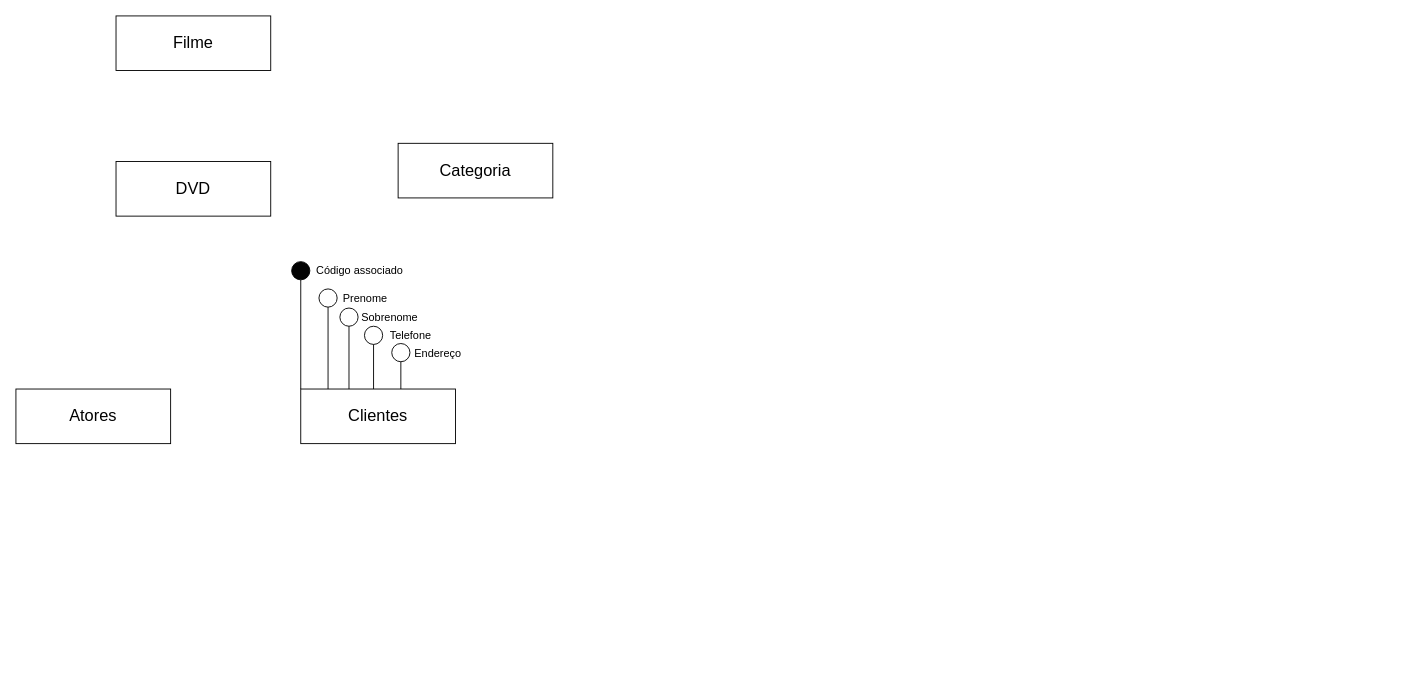
HansRafael/projects keeps this draw.io diagram as Facul/ER_pds.drawio. Above is the earlier version. Source tidied: cells renumbered, new cells numbered last; positions are measured from the earlier drawing's top-left corner, leaving out a move shared by most shapes. Both pictures are drawn from the tidied source at 91%, with x=0, y=0 at pixel (15, 15).
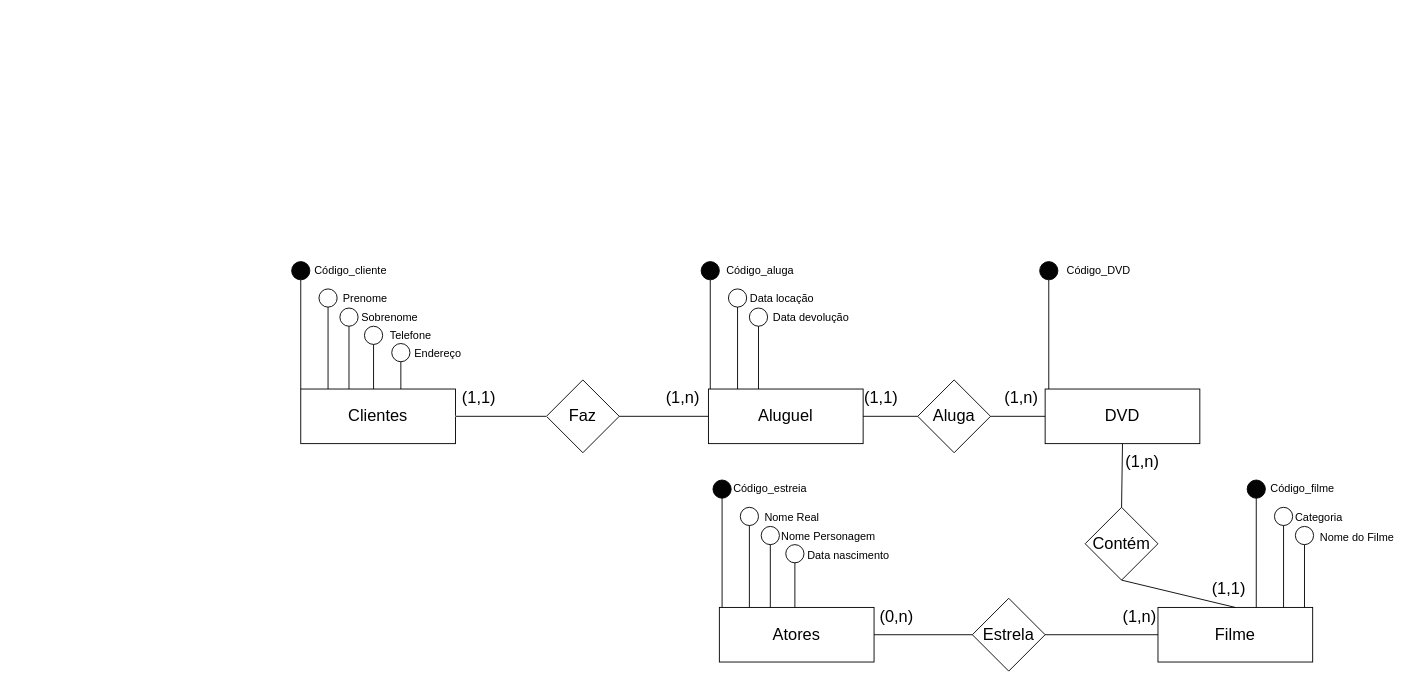
The same diagram, later.

Unchanged cells that the change refers to:
```xml
<mxCell id="4" value="&lt;font style=&quot;font-size: 18px&quot;&gt;Clientes&lt;/font&gt;" style="rounded=0;whiteSpace=wrap;html=1;" parent="1" vertex="1">
  <mxGeometry x="313" y="410" width="170" height="60" as="geometry" />
</mxCell>
```

The edit, as a diff of the source:
```diff
@@
     <mxCell id="2" value="&lt;font style=&quot;font-size: 18px&quot;&gt;DVD&lt;/font&gt;" style="rounded=0;whiteSpace=wrap;html=1;" parent="1" vertex="1">
-      <mxGeometry x="110" y="160" width="170" height="60" as="geometry" />
+      <mxGeometry x="1131" y="410" width="170" height="60" as="geometry" />
     </mxCell>
     <mxCell id="3" value="&lt;font style=&quot;font-size: 18px&quot;&gt;Filme&lt;/font&gt;" style="rounded=0;whiteSpace=wrap;html=1;" parent="1" vertex="1">
-      <mxGeometry x="110" width="170" height="60" as="geometry" />
+      <mxGeometry x="1255" y="650" width="170" height="60" as="geometry" />
     </mxCell>
@@
     <mxCell id="5" value="&lt;font style=&quot;font-size: 18px&quot;&gt;Atores&lt;/font&gt;" style="rounded=0;whiteSpace=wrap;html=1;" parent="1" vertex="1">
-      <mxGeometry y="410" width="170" height="60" as="geometry" />
+      <mxGeometry x="773" y="650" width="170" height="60" as="geometry" />
     </mxCell>
-    <mxCell id="6" value="&lt;font style=&quot;font-size: 18px&quot;&gt;Categoria&lt;/font&gt;" style="rounded=0;whiteSpace=wrap;html=1;" parent="1" vertex="1">
-      <mxGeometry x="420" y="140" width="170" height="60" as="geometry" />
-    </mxCell>
@@
-    <mxCell id="9" value="Código associado" style="text;html=1;strokeColor=none;fillColor=none;align=center;verticalAlign=middle;whiteSpace=wrap;rounded=0;fontSize=12;" parent="1" vertex="1">
-      <mxGeometry x="323" y="270" width="110" height="20" as="geometry" />
+    <mxCell id="9" value="Código_cliente" style="text;html=1;strokeColor=none;fillColor=none;align=center;verticalAlign=middle;whiteSpace=wrap;rounded=0;fontSize=12;" parent="1" vertex="1">
+      <mxGeometry x="313" y="270" width="110" height="20" as="geometry" />
     </mxCell>
@@
+    <mxCell id="22" style="endArrow=none;html=1;strokeColor=#FFFFFF;exitX=1;exitY=0.5;exitDx=0;exitDy=0;" parent="1" edge="1" source="4" target="23">
+      <mxGeometry relative="1" as="geometry" />
+    </mxCell>
+    <mxCell id="23" value="&lt;span style=&quot;font-size: 18px&quot;&gt;Faz&lt;/span&gt;" style="rhombus;whiteSpace=wrap;html=1;fillColor=#FFFFFF;gradientColor=none;" parent="1" vertex="1">
+      <mxGeometry x="583" y="400" width="80" height="80" as="geometry" />
+    </mxCell>
+    <mxCell id="24" value="&lt;font style=&quot;font-size: 18px&quot;&gt;Aluguel&lt;/font&gt;" style="rounded=0;whiteSpace=wrap;html=1;" parent="1" vertex="1">
+      <mxGeometry x="761" y="410" width="170" height="60" as="geometry" />
+    </mxCell>
+    <mxCell id="25" style="endArrow=none;html=1;strokeColor=#FFFFFF;exitX=1;exitY=0.5;exitDx=0;exitDy=0;entryX=0;entryY=0.5;entryDx=0;entryDy=0;" parent="1" edge="1" source="4" target="23">
+      <mxGeometry relative="1" as="geometry" />
+    </mxCell>
+    <mxCell id="26" style="endArrow=none;html=1;strokeColor=#FFFFFF;labelBackgroundColor=none;entryX=0;entryY=0.5;entryDx=0;entryDy=0;" parent="1" edge="1" target="23">
+      <mxGeometry relative="1" as="geometry">
+        <mxPoint x="483" y="440" as="sourcePoint" />
+      </mxGeometry>
+    </mxCell>
+    <mxCell id="27" style="endArrow=none;html=1;exitX=0;exitY=0.5;exitDx=0;exitDy=0;entryX=1;entryY=0.5;entryDx=0;entryDy=0;" parent="1" edge="1" source="23" target="4">
+      <mxGeometry relative="1" as="geometry" />
+    </mxCell>
+    <mxCell id="28" style="endArrow=none;html=1;exitX=0;exitY=0.5;exitDx=0;exitDy=0;entryX=1;entryY=0.5;entryDx=0;entryDy=0;" parent="1" edge="1" source="24" target="23">
+      <mxGeometry relative="1" as="geometry" />
+    </mxCell>
+    <mxCell id="29" style="ellipse;whiteSpace=wrap;html=1;noLabel=1;fontColor=none;fillColor=#030303;" parent="1" vertex="1">
+      <mxGeometry x="753" y="270" width="20" height="20" as="geometry" />
+    </mxCell>
+    <mxCell id="30" style="endArrow=none;html=1;exitX=0;exitY=0;exitDx=0;exitDy=0;entryX=0.5;entryY=1;entryDx=0;entryDy=0;" parent="1" edge="1" target="29">
+      <mxGeometry relative="1" as="geometry">
+        <mxPoint x="763" y="410" as="sourcePoint" />
+      </mxGeometry>
+    </mxCell>
+    <mxCell id="31" value="Código_aluga" style="text;html=1;strokeColor=none;fillColor=none;align=center;verticalAlign=middle;whiteSpace=wrap;rounded=0;fontSize=12;" parent="1" vertex="1">
+      <mxGeometry x="763" y="270" width="110" height="20" as="geometry" />
+    </mxCell>
+    <mxCell id="32" style="ellipse;whiteSpace=wrap;html=1;noLabel=1;fontColor=none;fillColor=#FFFFFF;" parent="1" vertex="1">
+      <mxGeometry x="783" y="300" width="20" height="20" as="geometry" />
+    </mxCell>
+    <mxCell id="33" style="endArrow=none;html=1;entryX=0.5;entryY=1;entryDx=0;entryDy=0;" parent="1" edge="1" target="32">
+      <mxGeometry relative="1" as="geometry">
+        <mxPoint x="793" y="410" as="sourcePoint" />
+      </mxGeometry>
+    </mxCell>
+    <mxCell id="34" value="Data locação" style="text;html=1;strokeColor=none;fillColor=none;align=center;verticalAlign=middle;whiteSpace=wrap;rounded=0;fontSize=12;" parent="1" vertex="1">
+      <mxGeometry x="787" y="301" width="110" height="20" as="geometry" />
+    </mxCell>
+    <mxCell id="35" style="ellipse;whiteSpace=wrap;html=1;noLabel=1;fontColor=none;fillColor=#FFFFFF;" parent="1" vertex="1">
+      <mxGeometry x="806" y="321" width="20" height="20" as="geometry" />
+    </mxCell>
+    <mxCell id="36" style="endArrow=none;html=1;entryX=0.5;entryY=1;entryDx=0;entryDy=0;" parent="1" edge="1" target="35">
+      <mxGeometry relative="1" as="geometry">
+        <mxPoint x="816" y="410" as="sourcePoint" />
+      </mxGeometry>
+    </mxCell>
+    <mxCell id="37" value="Data devolução" style="text;html=1;strokeColor=none;fillColor=none;align=center;verticalAlign=middle;whiteSpace=wrap;rounded=0;fontSize=12;" parent="1" vertex="1">
+      <mxGeometry x="819" y="322" width="110" height="20" as="geometry" />
+    </mxCell>
+    <mxCell id="38" value="&lt;span style=&quot;font-size: 18px&quot;&gt;Aluga&lt;/span&gt;" style="rhombus;whiteSpace=wrap;html=1;fillColor=#FFFFFF;gradientColor=none;" parent="1" vertex="1">
+      <mxGeometry x="991" y="400" width="80" height="80" as="geometry" />
+    </mxCell>
+    <mxCell id="39" style="endArrow=none;html=1;exitX=1;exitY=0.5;exitDx=0;exitDy=0;entryX=0;entryY=0.5;entryDx=0;entryDy=0;" parent="1" edge="1" source="24" target="38">
+      <mxGeometry relative="1" as="geometry" />
+    </mxCell>
+    <mxCell id="40" style="endArrow=none;html=1;entryX=0;entryY=0.5;entryDx=0;entryDy=0;exitX=1;exitY=0.5;exitDx=0;exitDy=0;" parent="1" edge="1" source="38" target="2">
+      <mxGeometry relative="1" as="geometry" />
+    </mxCell>
+    <mxCell id="41" style="ellipse;whiteSpace=wrap;html=1;noLabel=1;fontColor=none;fillColor=#030303;" parent="1" vertex="1">
+      <mxGeometry x="1125" y="270" width="20" height="20" as="geometry" />
+    </mxCell>
+    <mxCell id="42" style="endArrow=none;html=1;exitX=0;exitY=0;exitDx=0;exitDy=0;entryX=0.5;entryY=1;entryDx=0;entryDy=0;" parent="1" edge="1" target="41">
+      <mxGeometry relative="1" as="geometry">
+        <mxPoint x="1135" y="410" as="sourcePoint" />
+      </mxGeometry>
+    </mxCell>
+    <mxCell id="43" value="Código_DVD" style="text;html=1;strokeColor=none;fillColor=none;align=center;verticalAlign=middle;whiteSpace=wrap;rounded=0;fontSize=12;" parent="1" vertex="1">
+      <mxGeometry x="1135" y="270" width="110" height="20" as="geometry" />
+    </mxCell>
+    <mxCell id="44" value="&lt;span style=&quot;font-size: 18px&quot;&gt;Contém&lt;/span&gt;" style="rhombus;whiteSpace=wrap;html=1;fillColor=#FFFFFF;gradientColor=none;" parent="1" vertex="1">
+      <mxGeometry x="1175" y="540" width="80" height="80" as="geometry" />
+    </mxCell>
+    <mxCell id="45" style="endArrow=none;html=1;exitX=0.5;exitY=1;exitDx=0;exitDy=0;entryX=0.5;entryY=0;entryDx=0;entryDy=0;" parent="1" edge="1" source="2" target="44">
+      <mxGeometry relative="1" as="geometry" />
+    </mxCell>
+    <mxCell id="46" style="endArrow=none;html=1;exitX=0.5;exitY=1;exitDx=0;exitDy=0;entryX=0.5;entryY=0;entryDx=0;entryDy=0;" parent="1" edge="1" source="44" target="3">
+      <mxGeometry relative="1" as="geometry" />
+    </mxCell>
+    <mxCell id="47" style="ellipse;whiteSpace=wrap;html=1;noLabel=1;fontColor=none;fillColor=#030303;" parent="1" vertex="1">
+      <mxGeometry x="1353" y="510" width="20" height="20" as="geometry" />
+    </mxCell>
+    <mxCell id="48" style="endArrow=none;html=1;exitX=0;exitY=0;exitDx=0;exitDy=0;entryX=0.5;entryY=1;entryDx=0;entryDy=0;" parent="1" edge="1" target="47">
+      <mxGeometry relative="1" as="geometry">
+        <mxPoint x="1363" y="650" as="sourcePoint" />
+      </mxGeometry>
+    </mxCell>
+    <mxCell id="49" value="Código_filme" style="text;html=1;strokeColor=none;fillColor=none;align=center;verticalAlign=middle;whiteSpace=wrap;rounded=0;fontSize=12;" parent="1" vertex="1">
+      <mxGeometry x="1359" y="510" width="110" height="20" as="geometry" />
+    </mxCell>
+    <mxCell id="50" style="ellipse;whiteSpace=wrap;html=1;noLabel=1;fontColor=none;fillColor=#FFFFFF;" parent="1" vertex="1">
+      <mxGeometry x="1383" y="540" width="20" height="20" as="geometry" />
+    </mxCell>
+    <mxCell id="51" style="endArrow=none;html=1;entryX=0.5;entryY=1;entryDx=0;entryDy=0;" parent="1" edge="1" target="50">
+      <mxGeometry relative="1" as="geometry">
+        <mxPoint x="1393" y="650" as="sourcePoint" />
+      </mxGeometry>
+    </mxCell>
+    <mxCell id="6" value="Categoria" style="text;html=1;strokeColor=none;fillColor=none;align=center;verticalAlign=middle;whiteSpace=wrap;rounded=0;fontSize=12;" parent="1" vertex="1">
+      <mxGeometry x="1377" y="541" width="110" height="20" as="geometry" />
+    </mxCell>
+    <mxCell id="52" style="ellipse;whiteSpace=wrap;html=1;noLabel=1;fontColor=none;fillColor=#FFFFFF;" parent="1" vertex="1">
+      <mxGeometry x="1406" y="561" width="20" height="20" as="geometry" />
+    </mxCell>
+    <mxCell id="53" style="endArrow=none;html=1;entryX=0.5;entryY=1;entryDx=0;entryDy=0;" parent="1" edge="1" target="52">
+      <mxGeometry relative="1" as="geometry">
+        <mxPoint x="1416" y="650" as="sourcePoint" />
+      </mxGeometry>
+    </mxCell>
+    <mxCell id="54" value="Nome do Filme" style="text;html=1;strokeColor=none;fillColor=none;align=center;verticalAlign=middle;whiteSpace=wrap;rounded=0;fontSize=12;" parent="1" vertex="1">
+      <mxGeometry x="1419" y="563" width="110" height="20" as="geometry" />
+    </mxCell>
+    <mxCell id="55" value="&lt;span style=&quot;font-size: 18px&quot;&gt;Estrela&lt;/span&gt;" style="rhombus;whiteSpace=wrap;html=1;fillColor=#FFFFFF;gradientColor=none;" parent="1" vertex="1">
+      <mxGeometry x="1051" y="640" width="80" height="80" as="geometry" />
+    </mxCell>
+    <mxCell id="56" style="endArrow=none;html=1;exitX=1;exitY=0.5;exitDx=0;exitDy=0;entryX=0;entryY=0.5;entryDx=0;entryDy=0;" parent="1" edge="1" source="5" target="55">
+      <mxGeometry relative="1" as="geometry" />
+    </mxCell>
+    <mxCell id="57" style="endArrow=none;html=1;entryX=0;entryY=0.5;entryDx=0;entryDy=0;exitX=1;exitY=0.5;exitDx=0;exitDy=0;" parent="1" edge="1" source="55" target="3">
+      <mxGeometry relative="1" as="geometry" />
+    </mxCell>
+    <mxCell id="58" style="ellipse;whiteSpace=wrap;html=1;noLabel=1;fontColor=none;fillColor=#030303;" parent="1" vertex="1">
+      <mxGeometry x="766" y="510" width="20" height="20" as="geometry" />
+    </mxCell>
+    <mxCell id="59" style="endArrow=none;html=1;exitX=0;exitY=0;exitDx=0;exitDy=0;entryX=0.5;entryY=1;entryDx=0;entryDy=0;" parent="1" edge="1" target="58">
+      <mxGeometry relative="1" as="geometry">
+        <mxPoint x="776" y="650" as="sourcePoint" />
+      </mxGeometry>
+    </mxCell>
+    <mxCell id="60" value="Código_estreia" style="text;html=1;strokeColor=none;fillColor=none;align=center;verticalAlign=middle;whiteSpace=wrap;rounded=0;fontSize=12;" parent="1" vertex="1">
+      <mxGeometry x="774" y="510" width="110" height="20" as="geometry" />
+    </mxCell>
+    <mxCell id="61" style="ellipse;whiteSpace=wrap;html=1;noLabel=1;fontColor=none;fillColor=#FFFFFF;" parent="1" vertex="1">
+      <mxGeometry x="796" y="540" width="20" height="20" as="geometry" />
+    </mxCell>
+    <mxCell id="62" style="endArrow=none;html=1;entryX=0.5;entryY=1;entryDx=0;entryDy=0;" parent="1" edge="1" target="61">
+      <mxGeometry relative="1" as="geometry">
+        <mxPoint x="806" y="650" as="sourcePoint" />
+      </mxGeometry>
+    </mxCell>
+    <mxCell id="63" value="Nome Real" style="text;html=1;strokeColor=none;fillColor=none;align=center;verticalAlign=middle;whiteSpace=wrap;rounded=0;fontSize=12;" parent="1" vertex="1">
+      <mxGeometry x="798" y="541" width="110" height="20" as="geometry" />
+    </mxCell>
+    <mxCell id="64" style="ellipse;whiteSpace=wrap;html=1;noLabel=1;fontColor=none;fillColor=#FFFFFF;" parent="1" vertex="1">
+      <mxGeometry x="819" y="561" width="20" height="20" as="geometry" />
+    </mxCell>
+    <mxCell id="65" style="endArrow=none;html=1;entryX=0.5;entryY=1;entryDx=0;entryDy=0;" parent="1" edge="1" target="64">
+      <mxGeometry relative="1" as="geometry">
+        <mxPoint x="829" y="650" as="sourcePoint" />
+      </mxGeometry>
+    </mxCell>
+    <mxCell id="66" value="Nome Personagem" style="text;html=1;strokeColor=none;fillColor=none;align=center;verticalAlign=middle;whiteSpace=wrap;rounded=0;fontSize=12;" parent="1" vertex="1">
+      <mxGeometry x="838" y="562" width="110" height="20" as="geometry" />
+    </mxCell>
+    <mxCell id="67" style="ellipse;whiteSpace=wrap;html=1;noLabel=1;fontColor=none;fillColor=#FFFFFF;" parent="1" vertex="1">
+      <mxGeometry x="846" y="581" width="20" height="20" as="geometry" />
+    </mxCell>
+    <mxCell id="68" style="endArrow=none;html=1;entryX=0.5;entryY=1;entryDx=0;entryDy=0;" parent="1" edge="1" target="67">
+      <mxGeometry relative="1" as="geometry">
+        <mxPoint x="856" y="650" as="sourcePoint" />
+      </mxGeometry>
+    </mxCell>
+    <mxCell id="69" value="Data nascimento" style="text;html=1;strokeColor=none;fillColor=none;align=center;verticalAlign=middle;whiteSpace=wrap;rounded=0;fontSize=12;" parent="1" vertex="1">
+      <mxGeometry x="860" y="583" width="110" height="20" as="geometry" />
+    </mxCell>
+    <mxCell id="70" value="(1,n)" style="text;html=1;strokeColor=none;fillColor=none;align=center;verticalAlign=middle;whiteSpace=wrap;rounded=0;fontSize=18;" parent="1" vertex="1">
+      <mxGeometry x="713" y="410" width="40" height="20" as="geometry" />
+    </mxCell>
+    <mxCell id="71" value="(1,1)" style="text;html=1;strokeColor=none;fillColor=none;align=center;verticalAlign=middle;whiteSpace=wrap;rounded=0;fontSize=18;" parent="1" vertex="1">
+      <mxGeometry x="489" y="410" width="40" height="20" as="geometry" />
+    </mxCell>
+    <mxCell id="72" value="(1,1)" style="text;html=1;strokeColor=none;fillColor=none;align=center;verticalAlign=middle;whiteSpace=wrap;rounded=0;fontSize=18;" parent="1" vertex="1">
+      <mxGeometry x="1313" y="620" width="40" height="20" as="geometry" />
+    </mxCell>
+    <mxCell id="73" value="(1,n)" style="text;html=1;strokeColor=none;fillColor=none;align=center;verticalAlign=middle;whiteSpace=wrap;rounded=0;fontSize=18;" parent="1" vertex="1">
+      <mxGeometry x="1218" y="480" width="40" height="20" as="geometry" />
+    </mxCell>
+    <mxCell id="74" value="(1,n)" style="text;html=1;strokeColor=none;fillColor=none;align=center;verticalAlign=middle;whiteSpace=wrap;rounded=0;fontSize=18;" parent="1" vertex="1">
+      <mxGeometry x="1085" y="410" width="40" height="20" as="geometry" />
+    </mxCell>
+    <mxCell id="75" value="(1,1)" style="text;html=1;strokeColor=none;fillColor=none;align=center;verticalAlign=middle;whiteSpace=wrap;rounded=0;fontSize=18;" parent="1" vertex="1">
+      <mxGeometry x="931" y="410" width="40" height="20" as="geometry" />
+    </mxCell>
+    <mxCell id="76" value="(0,n)" style="text;html=1;strokeColor=none;fillColor=none;align=center;verticalAlign=middle;whiteSpace=wrap;rounded=0;fontSize=18;" parent="1" vertex="1">
+      <mxGeometry x="948" y="650" width="40" height="20" as="geometry" />
+    </mxCell>
+    <mxCell id="77" value="(1,n)" style="text;html=1;strokeColor=none;fillColor=none;align=center;verticalAlign=middle;whiteSpace=wrap;rounded=0;fontSize=18;" parent="1" vertex="1">
+      <mxGeometry x="1215" y="650" width="40" height="20" as="geometry" />
+    </mxCell>
```
